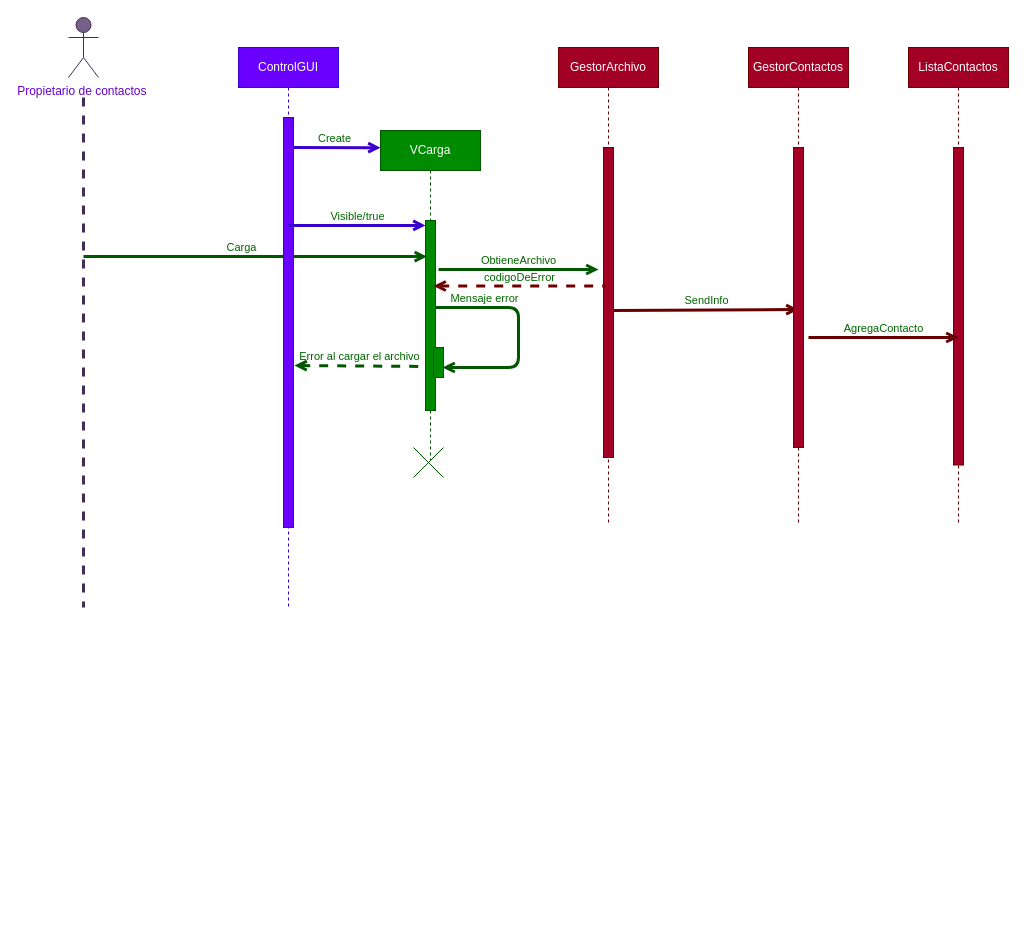
This is diagramas/diagramas de secuencia/secuenciaC1.drawio from JuanCarlosGarciaZepeda/SmartScheduler, a draw.io file, before an edit. Source tidied: cells renumbered, new cells numbered last; positions are measured from the earlier drawing's top-left corner, leaving out a move shared by most shapes. Both pictures are drawn from the tidied source at 100%, with x=0, y=0 at pixel (68, 17).
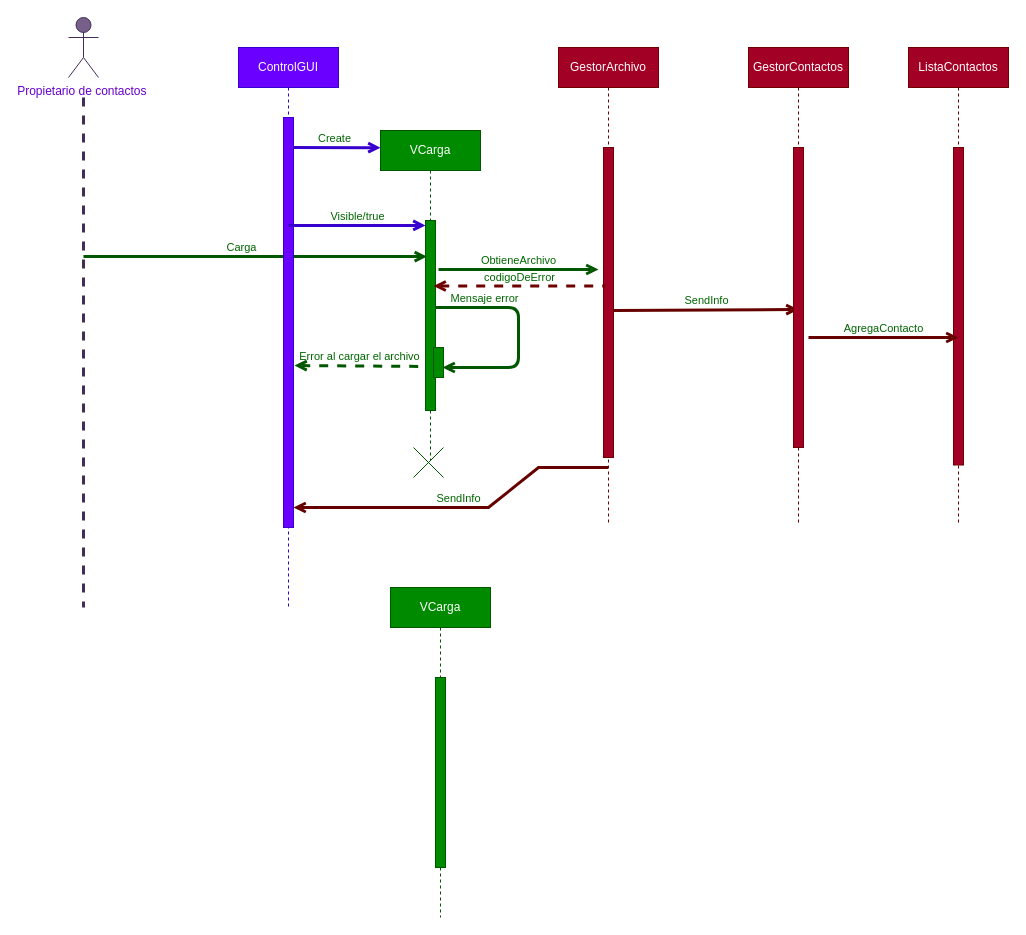
Above is the later version.

Unchanged cells that the change refers to:
```xml
<mxCell id="10" style="html=1;points=[];perimeter=orthogonalPerimeter;fillColor=#6a00ff;strokeColor=#3700CC;fontColor=#ffffff;" parent="8" vertex="1">
  <mxGeometry x="45" y="70" width="10" height="410" as="geometry" />
</mxCell>
<mxCell id="15" value="GestorArchivo" style="shape=umlLifeline;perimeter=lifelinePerimeter;whiteSpace=wrap;html=1;outlineConnect=0;fillColor=#a20025;strokeColor=#6F0000;fontColor=#ffffff;" parent="1" vertex="1">
  <mxGeometry x="490" y="30" width="100" height="478" as="geometry" />
</mxCell>
```

Diff of the diagram source:
```diff
@@
+    <mxCell id="26" value="SendInfo" style="html=1;verticalAlign=bottom;labelBackgroundColor=none;endArrow=open;endFill=0;fontColor=#006600;strokeWidth=3;fillColor=#008a00;shadow=0;rounded=0;strokeColor=#660000;" parent="1" edge="1" source="15" target="10">
+      <mxGeometry relative="1" as="geometry">
+        <Array as="points">
+          <mxPoint x="470" y="450" />
+          <mxPoint x="420" y="490" />
+        </Array>
+      </mxGeometry>
+    </mxCell>
+    <mxCell id="27" value="VCarga" style="shape=umlLifeline;perimeter=lifelinePerimeter;whiteSpace=wrap;html=1;fillColor=#008a00;strokeColor=#005700;fontColor=#ffffff;" parent="1" vertex="1">
+      <mxGeometry x="322" y="570" width="100" height="330" as="geometry" />
+    </mxCell>
+    <mxCell id="28" style="html=1;perimeter=orthogonalPerimeter;fillColor=#008a00;strokeColor=#005700;fontColor=#ffffff;" parent="27" vertex="1">
+      <mxGeometry x="45" y="90" width="10" height="190" as="geometry" />
+    </mxCell>
```
